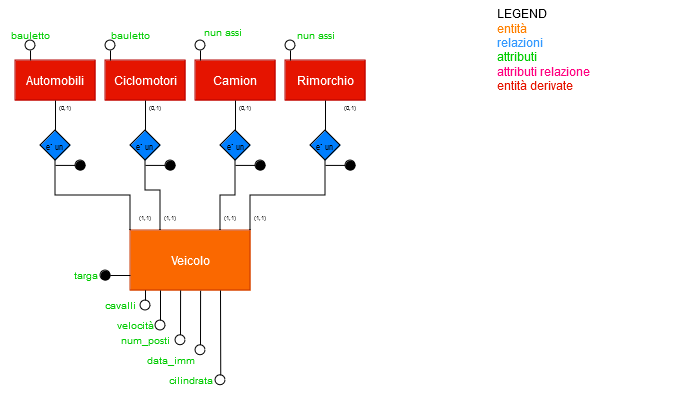
This is img/SchemaER_modificato_veicolo.drawio(1).png from Gioppa26/ProgettoBasi, a draw.io export, as it was before one commit. Source tidied: cells renumbered, new cells last; positions are measured from the earlier drawing's top-left corner, leaving out a move shared by most shapes.
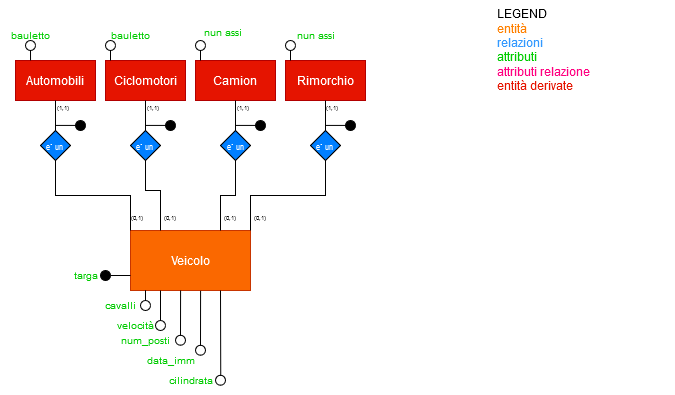
After the change.

Change to the diagram source:
```diff
@@ -38,16 +38,16 @@
     <mxCell id="13" value="&lt;div&gt;LEGEND&lt;/div&gt;&lt;div&gt;&lt;font color=&quot;#ff8000&quot;&gt;entità&lt;/font&gt;&lt;/div&gt;&lt;div&gt;&lt;font color=&quot;#3399ff&quot;&gt;relazioni&lt;/font&gt;&lt;/div&gt;&lt;div&gt;&lt;font color=&quot;#00cc00&quot;&gt;attributi&lt;/font&gt;&lt;/div&gt;&lt;div&gt;&lt;font color=&quot;#ff0080&quot;&gt;attributi relazione&lt;/font&gt;&lt;br&gt;&lt;/div&gt;&lt;div&gt;&lt;font color=&quot;#e51400&quot;&gt;entità derivate&lt;/font&gt;&lt;br&gt;&lt;/div&gt;" style="text;html=1;whiteSpace=wrap;overflow=hidden;rounded=0;" parent="1" vertex="1">
       <mxGeometry x="495" width="180" height="120" as="geometry" />
     </mxCell>
-    <mxCell id="14" value="&lt;font style=&quot;font-size: 8px;&quot;&gt;e` un&lt;br&gt;&lt;/font&gt;" style="rhombus;whiteSpace=wrap;html=1;fillColor=#007FFF;" parent="1" vertex="1">
+    <mxCell id="14" value="&lt;font style=&quot;font-size: 8px;&quot;&gt;e` un&lt;br&gt;&lt;/font&gt;" style="rhombus;whiteSpace=wrap;html=1;fillColor=#007FFF;fontColor=#FFFFFF;" parent="1" vertex="1">
       <mxGeometry x="40" y="130" width="30" height="30" as="geometry" />
     </mxCell>
-    <mxCell id="15" value="&lt;font style=&quot;font-size: 8px;&quot;&gt;e` un&lt;br&gt;&lt;/font&gt;" style="rhombus;whiteSpace=wrap;html=1;fillColor=#007FFF;" parent="1" vertex="1">
+    <mxCell id="15" value="&lt;font style=&quot;font-size: 8px;&quot;&gt;e` un&lt;br&gt;&lt;/font&gt;" style="rhombus;whiteSpace=wrap;html=1;fillColor=#007FFF;fontColor=#FFFFFF;" parent="1" vertex="1">
       <mxGeometry x="130" y="130" width="30" height="30" as="geometry" />
     </mxCell>
-    <mxCell id="16" value="&lt;font style=&quot;font-size: 8px;&quot;&gt;e` un &lt;/font&gt;" style="rhombus;whiteSpace=wrap;html=1;fillColor=#007FFF;" parent="1" vertex="1">
+    <mxCell id="16" value="&lt;font style=&quot;font-size: 8px;&quot;&gt;e` un &lt;/font&gt;" style="rhombus;whiteSpace=wrap;html=1;fillColor=#007FFF;fontColor=#FFFFFF;" parent="1" vertex="1">
       <mxGeometry x="220" y="130" width="30" height="30" as="geometry" />
     </mxCell>
-    <mxCell id="17" value="&lt;font style=&quot;font-size: 8px;&quot;&gt;e` un&lt;br&gt;&lt;/font&gt;" style="rhombus;whiteSpace=wrap;html=1;fillColor=#007FFF;" parent="1" vertex="1">
+    <mxCell id="17" value="&lt;font style=&quot;font-size: 8px;&quot;&gt;e` un&lt;br&gt;&lt;/font&gt;" style="rhombus;whiteSpace=wrap;html=1;fillColor=#007FFF;fontColor=#FFFFFF;" parent="1" vertex="1">
       <mxGeometry x="310" y="130" width="30" height="30" as="geometry" />
     </mxCell>
     <mxCell id="18" style="endArrow=none;html=1;rounded=0;entryX=0.5;entryY=1;entryDx=0;entryDy=0;exitX=0.5;exitY=0;exitDx=0;exitDy=0;" parent="1" edge="1" source="14" target="3">
@@ -84,75 +84,75 @@
     </mxCell>
     <mxCell id="27" style="endArrow=none;html=1;rounded=0;" parent="1" edge="1">
       <mxGeometry relative="1" as="geometry">
-        <mxPoint x="55" y="164.9" as="sourcePoint" />
-        <mxPoint x="75" y="164.9" as="targetPoint" />
+        <mxPoint x="55" y="124.9" as="sourcePoint" />
+        <mxPoint x="75" y="124.9" as="targetPoint" />
         <Array as="points">
-          <mxPoint x="75" y="164.9" />
+          <mxPoint x="75" y="124.9" />
         </Array>
       </mxGeometry>
     </mxCell>
     <mxCell id="28" style="ellipse;whiteSpace=wrap;html=1;fillColor=#000000;" parent="1" vertex="1">
-      <mxGeometry x="75" y="160" width="10" height="10" as="geometry" />
+      <mxGeometry x="75" y="120" width="10" height="10" as="geometry" />
     </mxCell>
     <mxCell id="29" value="&lt;font style=&quot;font-size: 6px;&quot;&gt;(1,1)&lt;br&gt;&lt;/font&gt;" style="text;html=1;align=center;verticalAlign=middle;whiteSpace=wrap;rounded=0;" parent="1" vertex="1">
-      <mxGeometry x="140" y="210" width="10" height="10" as="geometry" />
+      <mxGeometry x="58" y="100" width="10" height="10" as="geometry" />
     </mxCell>
     <mxCell id="30" value="&lt;font style=&quot;font-size: 6px;&quot;&gt;(0,1)&lt;br&gt;&lt;/font&gt;" style="text;html=1;align=center;verticalAlign=middle;whiteSpace=wrap;rounded=0;" parent="1" vertex="1">
-      <mxGeometry x="60" y="100" width="10" height="10" as="geometry" />
+      <mxGeometry x="132" y="210" width="10" height="10" as="geometry" />
     </mxCell>
     <mxCell id="31" value="&lt;font style=&quot;font-size: 6px;&quot;&gt;(0,1)&lt;br&gt;&lt;/font&gt;" style="text;html=1;align=center;verticalAlign=middle;whiteSpace=wrap;rounded=0;" parent="1" vertex="1">
-      <mxGeometry x="150" y="100" width="10" height="10" as="geometry" />
+      <mxGeometry x="165" y="210" width="10" height="10" as="geometry" />
     </mxCell>
     <mxCell id="32" value="&lt;font style=&quot;font-size: 6px;&quot;&gt;(0,1)&lt;br&gt;&lt;/font&gt;" style="text;html=1;align=center;verticalAlign=middle;whiteSpace=wrap;rounded=0;" parent="1" vertex="1">
-      <mxGeometry x="240" y="100" width="10" height="10" as="geometry" />
+      <mxGeometry x="225" y="210" width="10" height="10" as="geometry" />
     </mxCell>
     <mxCell id="33" value="&lt;font style=&quot;font-size: 6px;&quot;&gt;(0,1)&lt;br&gt;&lt;/font&gt;" style="text;html=1;align=center;verticalAlign=middle;whiteSpace=wrap;rounded=0;" parent="1" vertex="1">
-      <mxGeometry x="345" y="100" width="10" height="10" as="geometry" />
+      <mxGeometry x="255" y="210" width="10" height="10" as="geometry" />
     </mxCell>
     <mxCell id="34" style="endArrow=none;html=1;rounded=0;" parent="1" edge="1">
       <mxGeometry relative="1" as="geometry">
-        <mxPoint x="145" y="164.9" as="sourcePoint" />
-        <mxPoint x="165" y="164.9" as="targetPoint" />
+        <mxPoint x="145" y="124.9" as="sourcePoint" />
+        <mxPoint x="165" y="124.9" as="targetPoint" />
         <Array as="points">
-          <mxPoint x="165" y="164.9" />
+          <mxPoint x="165" y="124.9" />
         </Array>
       </mxGeometry>
     </mxCell>
     <mxCell id="35" style="ellipse;whiteSpace=wrap;html=1;fillColor=#000000;" parent="1" vertex="1">
-      <mxGeometry x="165" y="160" width="10" height="10" as="geometry" />
+      <mxGeometry x="165" y="120" width="10" height="10" as="geometry" />
     </mxCell>
     <mxCell id="36" style="endArrow=none;html=1;rounded=0;" parent="1" edge="1">
       <mxGeometry relative="1" as="geometry">
-        <mxPoint x="235" y="164.9" as="sourcePoint" />
-        <mxPoint x="255" y="164.9" as="targetPoint" />
+        <mxPoint x="235" y="124.9" as="sourcePoint" />
+        <mxPoint x="255" y="124.9" as="targetPoint" />
         <Array as="points">
-          <mxPoint x="255" y="164.9" />
+          <mxPoint x="255" y="124.9" />
         </Array>
       </mxGeometry>
     </mxCell>
     <mxCell id="37" style="ellipse;whiteSpace=wrap;html=1;fillColor=#000000;" parent="1" vertex="1">
-      <mxGeometry x="255" y="160" width="10" height="10" as="geometry" />
+      <mxGeometry x="255" y="120" width="10" height="10" as="geometry" />
     </mxCell>
     <mxCell id="38" style="endArrow=none;html=1;rounded=0;" parent="1" edge="1">
       <mxGeometry relative="1" as="geometry">
-        <mxPoint x="325" y="164.9" as="sourcePoint" />
-        <mxPoint x="345" y="164.9" as="targetPoint" />
+        <mxPoint x="325" y="124.9" as="sourcePoint" />
+        <mxPoint x="345" y="124.9" as="targetPoint" />
         <Array as="points">
-          <mxPoint x="345" y="164.9" />
+          <mxPoint x="345" y="124.9" />
         </Array>
       </mxGeometry>
     </mxCell>
     <mxCell id="39" style="ellipse;whiteSpace=wrap;html=1;fillColor=#000000;" parent="1" vertex="1">
-      <mxGeometry x="345" y="160" width="10" height="10" as="geometry" />
+      <mxGeometry x="345" y="120" width="10" height="10" as="geometry" />
     </mxCell>
     <mxCell id="40" value="&lt;font style=&quot;font-size: 6px;&quot;&gt;(1,1)&lt;br&gt;&lt;/font&gt;" style="text;html=1;align=center;verticalAlign=middle;whiteSpace=wrap;rounded=0;" parent="1" vertex="1">
-      <mxGeometry x="165" y="210" width="10" height="10" as="geometry" />
+      <mxGeometry x="148" y="100" width="10" height="10" as="geometry" />
     </mxCell>
     <mxCell id="41" value="&lt;font style=&quot;font-size: 6px;&quot;&gt;(1,1)&lt;br&gt;&lt;/font&gt;" style="text;html=1;align=center;verticalAlign=middle;whiteSpace=wrap;rounded=0;" parent="1" vertex="1">
-      <mxGeometry x="225" y="210" width="10" height="10" as="geometry" />
+      <mxGeometry x="238" y="100" width="10" height="10" as="geometry" />
     </mxCell>
     <mxCell id="42" value="&lt;font style=&quot;font-size: 6px;&quot;&gt;(1,1)&lt;br&gt;&lt;/font&gt;" style="text;html=1;align=center;verticalAlign=middle;whiteSpace=wrap;rounded=0;" parent="1" vertex="1">
-      <mxGeometry x="255" y="210" width="10" height="10" as="geometry" />
+      <mxGeometry x="327" y="100" width="10" height="10" as="geometry" />
     </mxCell>
     <mxCell id="43" style="ellipse;whiteSpace=wrap;html=1;fillColor=#FFFFFF;" parent="1" vertex="1">
       <mxGeometry x="25" y="40" width="10" height="10" as="geometry" />
```
